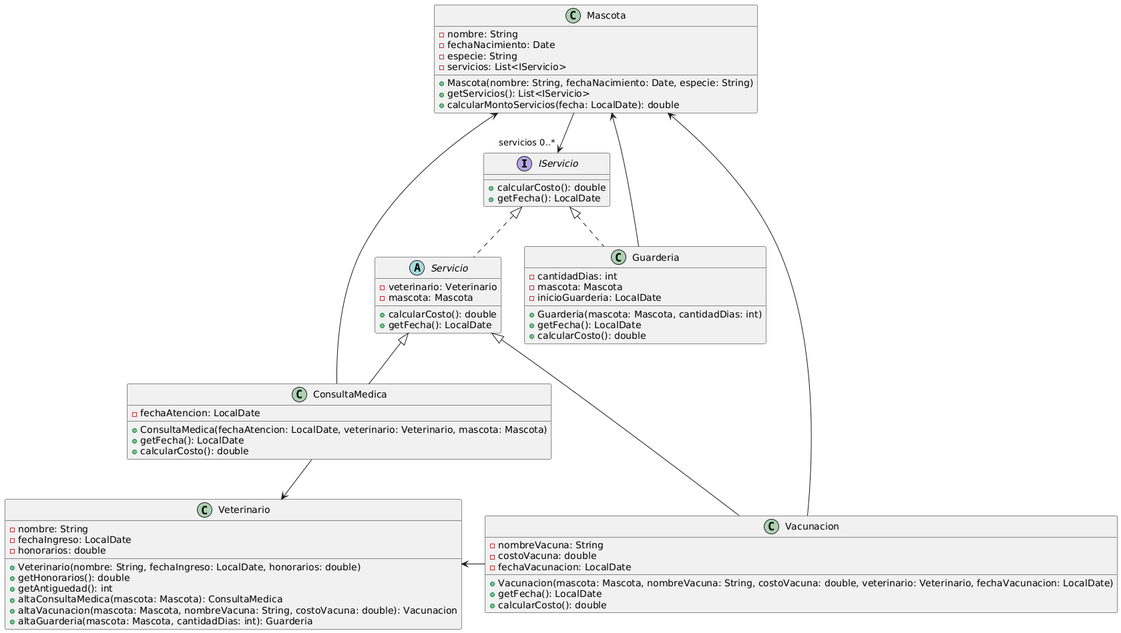
Earlier version of the PlantUML export Practicas/Ejercicio25-Veterinaria/uml.png (estanivege98/OO12024).
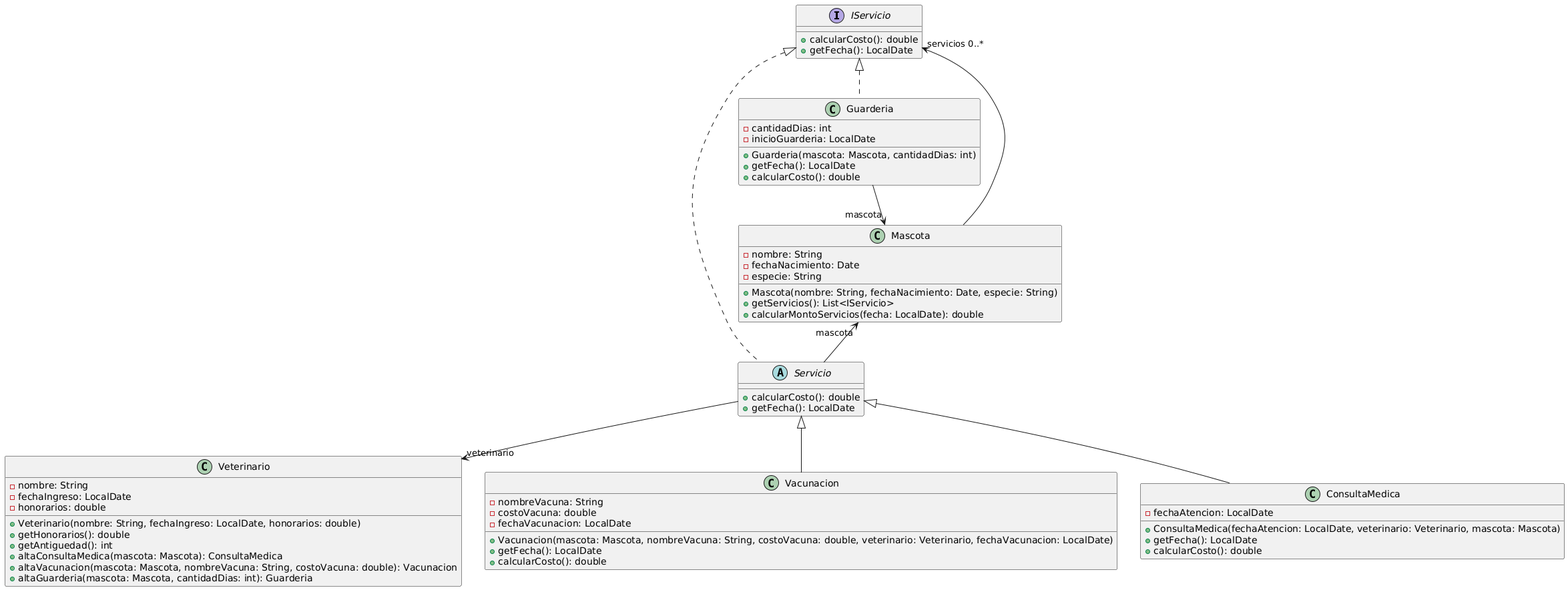
After the change.

What changed in the source:
```diff
@@ -8,7 +8,6 @@
     -nombre: String
     -fechaNacimiento: Date
     -especie: String
-    -servicios: List<IServicio>
 
     +Mascota(nombre: String, fechaNacimiento: Date, especie: String)
     +getServicios(): List<IServicio>
@@ -29,8 +28,6 @@
 }
 
 abstract class Servicio implements IServicio {
--veterinario: Veterinario
-    -mascota: Mascota
 +calcularCosto(): double
     +getFecha(): LocalDate
 
@@ -48,7 +45,6 @@
 
 class Guarderia implements IServicio {
     -cantidadDias: int
-    -mascota: Mascota
     -inicioGuarderia: LocalDate
 
     +Guarderia(mascota: Mascota, cantidadDias: int)
@@ -66,10 +62,8 @@
 }
 
 
-ConsultaMedica --> Veterinario
-Mascota <-- Vacunacion
-Vacunacion -left-> Veterinario
-ConsultaMedica --> Mascota
-Guarderia --> Mascota
+Servicio -->"veterinario" Veterinario
+Mascota "mascota"<-- Servicio
+Guarderia -->"mascota" Mascota
 Mascota -->"servicios 0..*" IServicio
 @enduml
```
